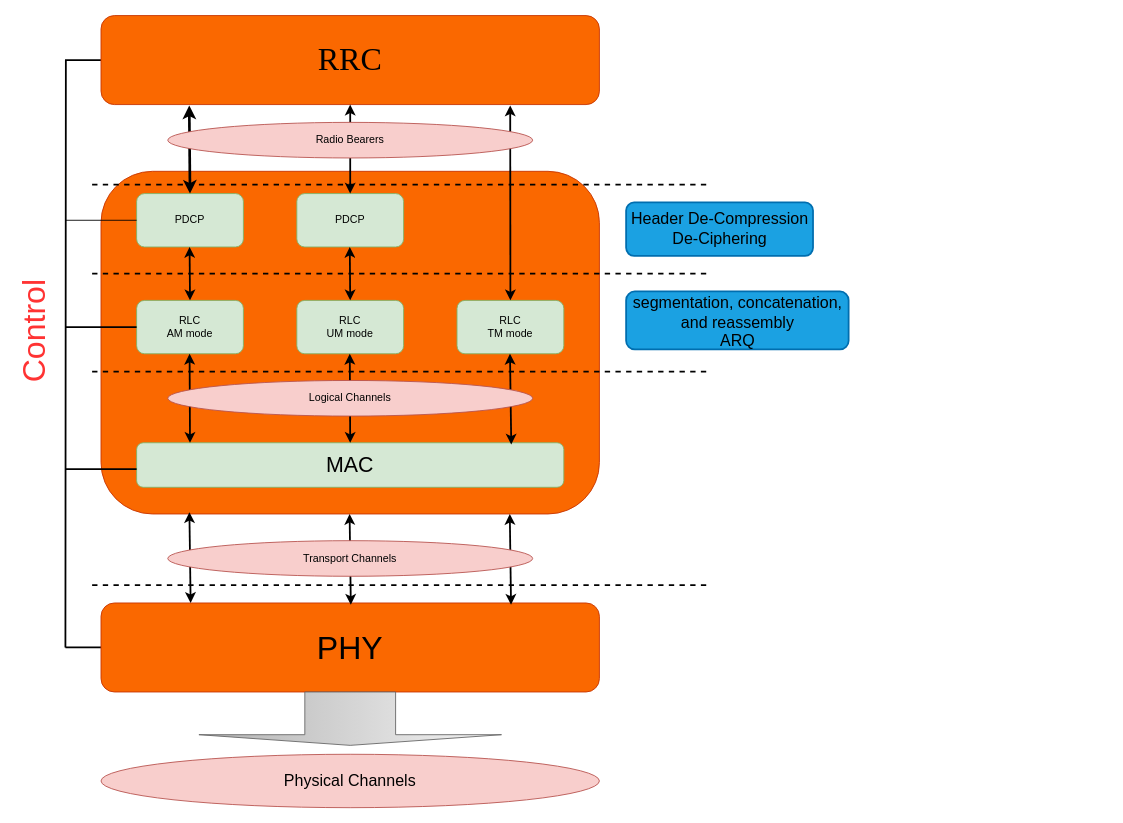
Above: eNB_Protocol.drawio in Dylan0407/NewRepo (draw.io), before the change. Source tidied: cells renumbered, new cells numbered last; positions are measured from the earlier drawing's top-left corner, leaving out a move shared by most shapes. Both pictures are drawn from the tidied source at 89%, with x=0, y=0 at pixel (-24, 15).
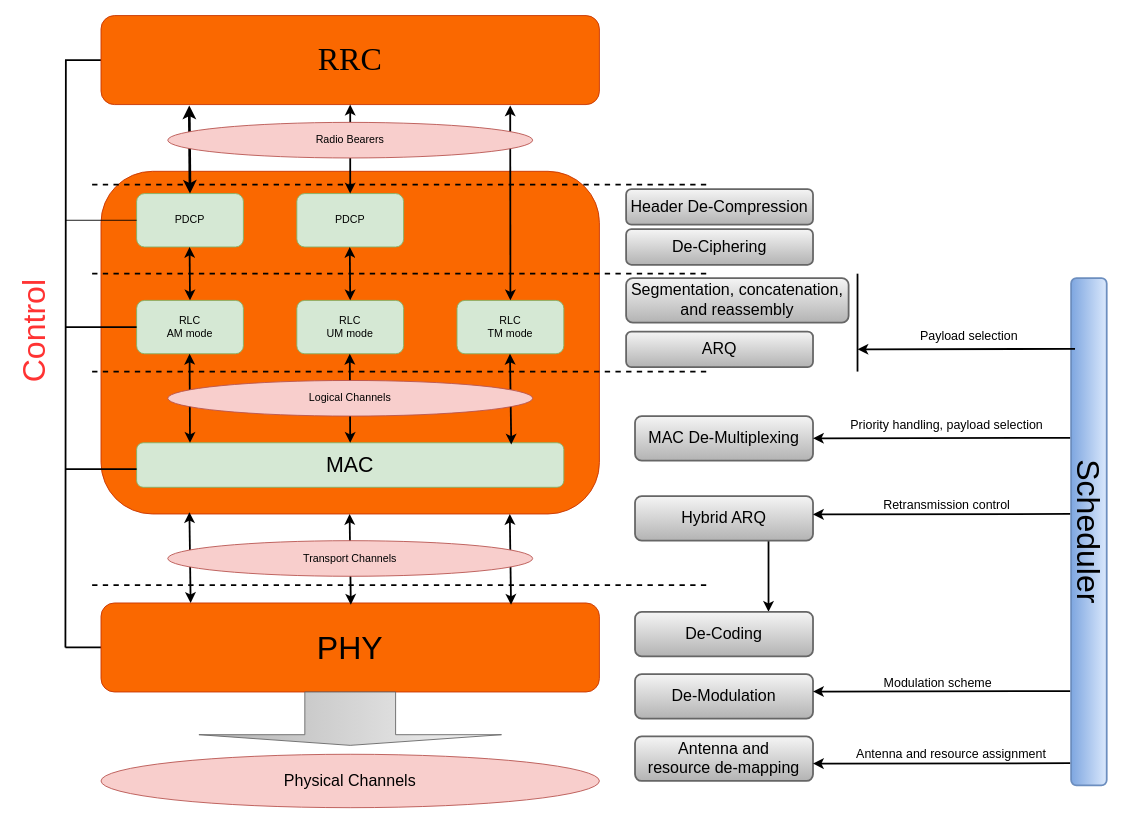
The same diagram, later.

Change to the diagram source:
```diff
@@
-    <mxCell id="2" style="rounded=1;whiteSpace=wrap;html=1;shadow=0;strokeColor=#006EAF;strokeWidth=2;fillColor=#1ba1e2;fontColor=#ffffff;" parent="1" vertex="1">
-      <mxGeometry x="730" y="310" width="250" height="65" as="geometry" />
+    <mxCell id="2" value="&lt;span style=&quot;color: rgb(0 , 0 , 0) ; font-size: 18px&quot;&gt;Segmentation, concatenation,&lt;/span&gt;&lt;br style=&quot;color: rgb(0 , 0 , 0) ; font-size: 18px&quot;&gt;&lt;span style=&quot;color: rgb(0 , 0 , 0) ; font-size: 18px&quot;&gt;and reassembly&lt;/span&gt;" style="rounded=1;whiteSpace=wrap;html=1;shadow=0;strokeColor=#666666;strokeWidth=2;fillColor=#f5f5f5;gradientColor=#b3b3b3;" parent="1" vertex="1">
+      <mxGeometry x="730" y="295" width="250" height="50" as="geometry" />
     </mxCell>
-    <mxCell id="3" style="rounded=1;whiteSpace=wrap;html=1;shadow=0;strokeColor=#006EAF;strokeWidth=2;fillColor=#1ba1e2;fontColor=#ffffff;" parent="1" vertex="1">
-      <mxGeometry x="730" y="210" width="210" height="60" as="geometry" />
+    <mxCell id="3" value="&lt;span style=&quot;color: rgb(0 , 0 , 0) ; font-size: 18px&quot;&gt;Header De-Compression&lt;/span&gt;" style="rounded=1;whiteSpace=wrap;html=1;shadow=0;strokeColor=#666666;strokeWidth=2;fillColor=#f5f5f5;gradientColor=#b3b3b3;" parent="1" vertex="1">
+      <mxGeometry x="730" y="195" width="210" height="40" as="geometry" />
     </mxCell>
@@
-    <mxCell id="39" value="&lt;font style=&quot;font-size: 18px&quot;&gt;Header De-Compression&lt;br&gt;De-Ciphering&lt;/font&gt;" style="text;html=1;align=center;verticalAlign=middle;strokeColor=none;" parent="1" vertex="1">
-      <mxGeometry x="730" y="220" width="210" height="40" as="geometry" />
-    </mxCell>
-    <mxCell id="40" value="&lt;font style=&quot;font-size: 18px&quot;&gt;segmentation, concatenation, &lt;br&gt;and reassembly&lt;br&gt;ARQ&lt;/font&gt;" style="text;html=1;align=center;verticalAlign=middle;strokeColor=none;" parent="1" vertex="1">
-      <mxGeometry x="730" y="320" width="250" height="50" as="geometry" />
-    </mxCell>
+    <mxCell id="41" value="&lt;span style=&quot;color: rgb(0 , 0 , 0) ; font-size: 18px&quot;&gt;De-Ciphering&lt;/span&gt;" style="rounded=1;whiteSpace=wrap;html=1;shadow=0;strokeColor=#666666;strokeWidth=2;fillColor=#f5f5f5;gradientColor=#b3b3b3;" parent="1" vertex="1">
+      <mxGeometry x="730" y="240" width="210" height="40" as="geometry" />
+    </mxCell>
+    <mxCell id="42" value="&lt;span style=&quot;font-size: 18px&quot;&gt;ARQ&lt;/span&gt;" style="rounded=1;whiteSpace=wrap;html=1;shadow=0;strokeColor=#666666;strokeWidth=2;fillColor=#f5f5f5;gradientColor=#b3b3b3;" parent="1" vertex="1">
+      <mxGeometry x="730" y="355" width="210" height="40" as="geometry" />
+    </mxCell>
+    <mxCell id="43" value="&lt;font style=&quot;font-size: 18px&quot;&gt;MAC De-Multiplexing&lt;/font&gt;" style="rounded=1;whiteSpace=wrap;html=1;shadow=0;strokeColor=#666666;strokeWidth=2;gradientColor=#b3b3b3;fillColor=#f5f5f5;" parent="1" vertex="1">
+      <mxGeometry x="740" y="450" width="200" height="50" as="geometry" />
+    </mxCell>
+    <mxCell id="44" style="edgeStyle=none;rounded=0;jumpSize=6;jettySize=auto;html=1;exitX=0.75;exitY=1;exitDx=0;exitDy=0;entryX=0.75;entryY=0;entryDx=0;entryDy=0;endArrow=classic;endFill=1;strokeWidth=2;" parent="1" edge="1" source="45" target="46">
+      <mxGeometry relative="1" as="geometry" />
+    </mxCell>
+    <mxCell id="45" value="&lt;span style=&quot;font-size: 18px&quot;&gt;Hybrid ARQ&lt;/span&gt;" style="rounded=1;whiteSpace=wrap;html=1;shadow=0;strokeColor=#666666;strokeWidth=2;gradientColor=#b3b3b3;fillColor=#f5f5f5;" parent="1" vertex="1">
+      <mxGeometry x="740" y="540" width="200" height="50" as="geometry" />
+    </mxCell>
+    <mxCell id="46" value="&lt;span style=&quot;font-size: 18px&quot;&gt;De-Coding&lt;/span&gt;" style="rounded=1;whiteSpace=wrap;html=1;shadow=0;strokeColor=#666666;strokeWidth=2;gradientColor=#b3b3b3;fillColor=#f5f5f5;" parent="1" vertex="1">
+      <mxGeometry x="740" y="670" width="200" height="50" as="geometry" />
+    </mxCell>
+    <mxCell id="47" value="&lt;span style=&quot;font-size: 18px&quot;&gt;De-Modulation&lt;/span&gt;" style="rounded=1;whiteSpace=wrap;html=1;shadow=0;strokeColor=#666666;strokeWidth=2;gradientColor=#b3b3b3;fillColor=#f5f5f5;" parent="1" vertex="1">
+      <mxGeometry x="740" y="740" width="200" height="50" as="geometry" />
+    </mxCell>
+    <mxCell id="48" value="&lt;div&gt;&lt;span style=&quot;font-size: 18px&quot;&gt;Antenna and&lt;/span&gt;&lt;/div&gt;&lt;div&gt;&lt;span style=&quot;font-size: 18px&quot;&gt;resource de-mapping&lt;/span&gt;&lt;/div&gt;" style="rounded=1;whiteSpace=wrap;html=1;shadow=0;strokeColor=#666666;strokeWidth=2;gradientColor=#b3b3b3;fillColor=#f5f5f5;" parent="1" vertex="1">
+      <mxGeometry x="740" y="810" width="200" height="50" as="geometry" />
+    </mxCell>
+    <mxCell id="49" value="&lt;font style=&quot;font-size: 36px&quot;&gt;Scheduler&lt;/font&gt;" style="rounded=1;whiteSpace=wrap;html=1;shadow=0;strokeColor=#6c8ebf;strokeWidth=2;rotation=90;gradientColor=#7ea6e0;fillColor=#dae8fc;" parent="1" vertex="1">
+      <mxGeometry x="965" y="560" width="570" height="40" as="geometry" />
+    </mxCell>
+    <mxCell id="50" style="endArrow=classic;html=1;strokeWidth=2;exitX=0.042;exitY=1.028;exitDx=0;exitDy=0;exitPerimeter=0;" parent="1" edge="1">
+      <mxGeometry relative="1" as="geometry">
+        <mxPoint x="1234.4" y="374.5" as="sourcePoint" />
+        <mxPoint x="990" y="375" as="targetPoint" />
+      </mxGeometry>
+    </mxCell>
+    <mxCell id="51" style="endArrow=classic;html=1;strokeWidth=2;exitX=0.042;exitY=1.028;exitDx=0;exitDy=0;exitPerimeter=0;entryX=1;entryY=0.5;entryDx=0;entryDy=0;" parent="1" edge="1">
+      <mxGeometry relative="1" as="geometry">
+        <mxPoint x="1228.9" y="474.5" as="sourcePoint" />
+        <mxPoint x="940" y="475" as="targetPoint" />
+      </mxGeometry>
+    </mxCell>
+    <mxCell id="52" style="endArrow=classic;html=1;strokeWidth=2;exitX=0.042;exitY=1.028;exitDx=0;exitDy=0;exitPerimeter=0;entryX=1;entryY=0.5;entryDx=0;entryDy=0;" parent="1" edge="1">
+      <mxGeometry relative="1" as="geometry">
+        <mxPoint x="1228.9" y="560" as="sourcePoint" />
+        <mxPoint x="940" y="560.5" as="targetPoint" />
+      </mxGeometry>
+    </mxCell>
+    <mxCell id="53" style="endArrow=classic;html=1;strokeWidth=2;exitX=0.042;exitY=1.028;exitDx=0;exitDy=0;exitPerimeter=0;entryX=1;entryY=0.5;entryDx=0;entryDy=0;" parent="1" edge="1">
+      <mxGeometry relative="1" as="geometry">
+        <mxPoint x="1228.9" y="759" as="sourcePoint" />
+        <mxPoint x="940" y="759.5" as="targetPoint" />
+      </mxGeometry>
+    </mxCell>
+    <mxCell id="54" style="endArrow=classic;html=1;strokeWidth=2;exitX=0.042;exitY=1.028;exitDx=0;exitDy=0;exitPerimeter=0;entryX=1;entryY=0.5;entryDx=0;entryDy=0;" parent="1" edge="1">
+      <mxGeometry relative="1" as="geometry">
+        <mxPoint x="1228.9" y="840" as="sourcePoint" />
+        <mxPoint x="940" y="840.5" as="targetPoint" />
+      </mxGeometry>
+    </mxCell>
+    <mxCell id="55" value="&lt;font style=&quot;font-size: 14px&quot;&gt;Payload selection&lt;/font&gt;" style="text;html=1;align=center;verticalAlign=middle;strokeColor=none;" parent="1" vertex="1">
+      <mxGeometry x="1050" y="350" width="130" height="20" as="geometry" />
+    </mxCell>
+    <mxCell id="56" value="&lt;font style=&quot;font-size: 14px&quot;&gt;Priority handling, payload selection&lt;/font&gt;" style="text;html=1;align=center;verticalAlign=middle;strokeColor=none;" parent="1" vertex="1">
+      <mxGeometry x="975" y="450" width="230" height="20" as="geometry" />
+    </mxCell>
+    <mxCell id="57" value="&lt;font style=&quot;font-size: 14px&quot;&gt;Retransmission control&lt;/font&gt;" style="text;html=1;align=center;verticalAlign=middle;strokeColor=none;" parent="1" vertex="1">
+      <mxGeometry x="1010" y="540" width="160" height="20" as="geometry" />
+    </mxCell>
+    <mxCell id="58" style="endArrow=none;html=1;strokeWidth=2;" parent="1" edge="1">
+      <mxGeometry relative="1" as="geometry">
+        <mxPoint x="990" y="400" as="sourcePoint" />
+        <mxPoint x="990" y="290" as="targetPoint" />
+      </mxGeometry>
+    </mxCell>
+    <mxCell id="59" value="&lt;font style=&quot;font-size: 14px&quot;&gt;Modulation scheme&lt;/font&gt;" style="text;html=1;align=center;verticalAlign=middle;strokeColor=none;" parent="1" vertex="1">
+      <mxGeometry x="1010" y="740" width="140" height="20" as="geometry" />
+    </mxCell>
+    <mxCell id="60" value="&lt;font style=&quot;font-size: 14px&quot;&gt;Antenna and resource assignment&lt;/font&gt;" style="text;html=1;align=center;verticalAlign=middle;strokeColor=none;" parent="1" vertex="1">
+      <mxGeometry x="980" y="820" width="230" height="20" as="geometry" />
+    </mxCell>
```
